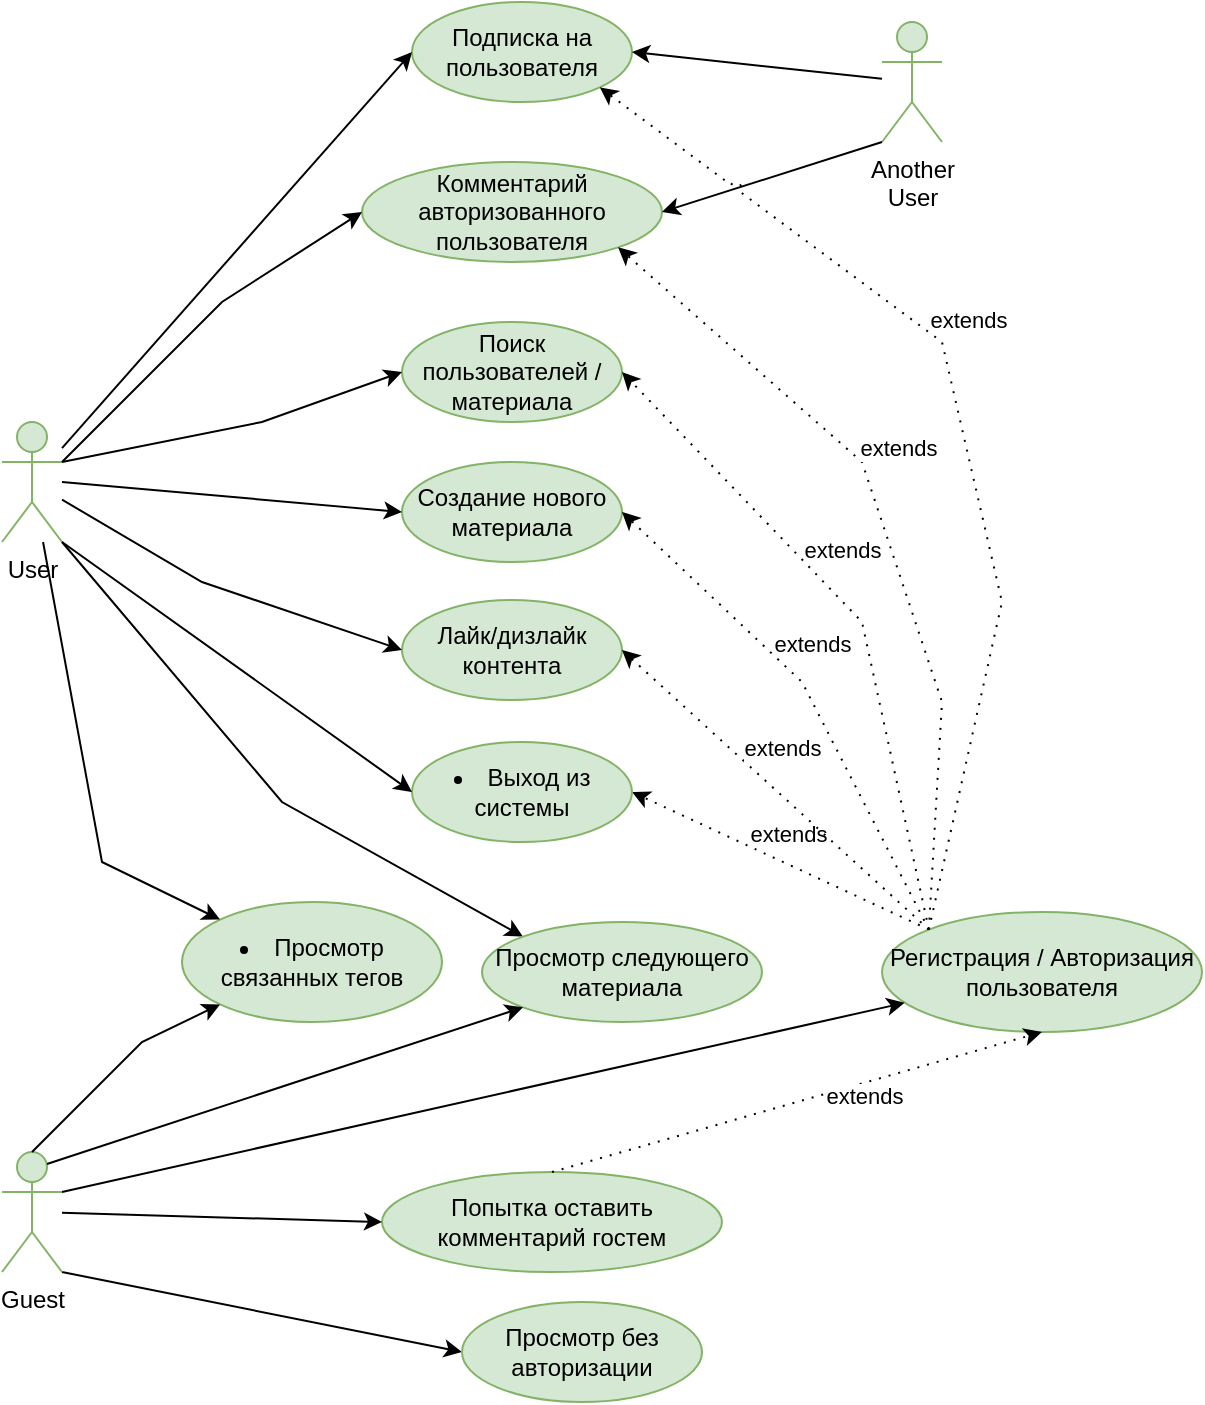
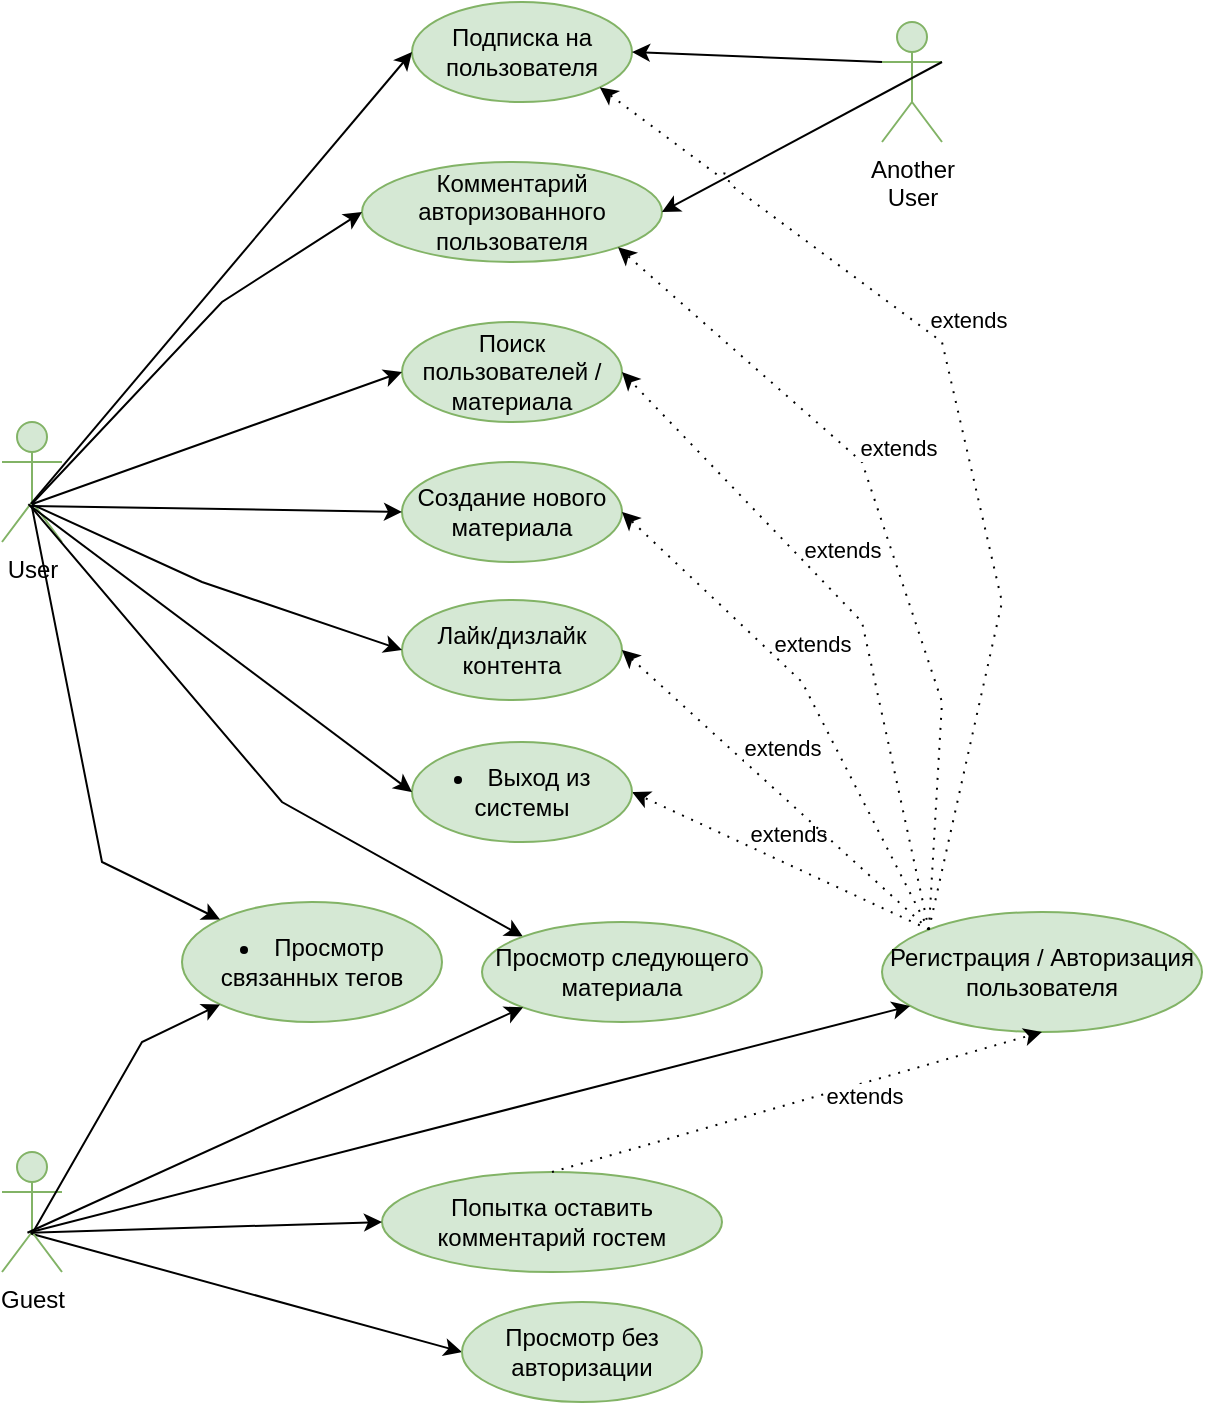
- <mxfile host="app.diagrams.net" agent="Mozilla/5.0 (Windows NT 10.0; Win64; x64) AppleWebKit/537.36 (KHTML, like Gecko) Chrome/146.0.0.0 Safari/537.36" version="29.6.1">
+ <mxfile host="app.diagrams.net" agent="Mozilla/5.0 (Windows NT 10.0; Win64; x64) AppleWebKit/537.36 (KHTML, like Gecko) Chrome/146.0.0.0 Safari/537.36">
  <diagram name="Страница-1" id="sLjGxnxwQ31njyU5t7fX">
-     <mxGraphModel dx="1303" dy="659" grid="1" gridSize="10" guides="1" tooltips="1" connect="1" arrows="1" fold="1" page="1" pageScale="1" pageWidth="827" pageHeight="1169" math="0" shadow="0">
+     <mxGraphModel dx="1084" dy="555" grid="1" gridSize="10" guides="1" tooltips="1" connect="1" arrows="1" fold="1" page="1" pageScale="1" pageWidth="827" pageHeight="1169" math="0" shadow="0">
      <root>
        <mxCell id="0" />
        <mxCell id="1" parent="0" />
        <mxCell id="_Qi1219yS9ZW0ZadWv2R-6" parent="1" style="shape=umlActor;verticalLabelPosition=bottom;verticalAlign=top;html=1;fontFamily=Helvetica;fontSize=12;align=center;strokeColor=#82b366;strokeWidth=1;fillColor=#d5e8d4;" value="User" vertex="1">
          <mxGeometry height="60" width="30" x="580" y="1030" as="geometry" />
        </mxCell>
        <mxCell id="_Qi1219yS9ZW0ZadWv2R-10" edge="1" parent="1" source="_Qi1219yS9ZW0ZadWv2R-46" style="edgeStyle=none;rounded=0;jumpStyle=arc;orthogonalLoop=1;jettySize=auto;html=1;dashed=1;dashPattern=1 4;fontSize=12;fontColor=#000000;exitX=0;exitY=0;exitDx=0;exitDy=0;entryX=1;entryY=0.5;entryDx=0;entryDy=0;" target="_Qi1219yS9ZW0ZadWv2R-99">
          <mxGeometry relative="1" as="geometry">
            <mxPoint x="1061.4942518963035" y="1180.0020802781348" as="sourcePoint" />
            <mxPoint x="970.001383448086" y="1198.6517233103827" as="targetPoint" />
          </mxGeometry>
        </mxCell>
        <mxCell id="_Qi1219yS9ZW0ZadWv2R-11" connectable="0" parent="_Qi1219yS9ZW0ZadWv2R-10" style="edgeLabel;html=1;align=center;verticalAlign=middle;resizable=0;points=[];" value="extends" vertex="1">
          <mxGeometry relative="1" x="0.1968" y="1" as="geometry">
            <mxPoint x="18.81" y="-7.78" as="offset" />
          </mxGeometry>
        </mxCell>
        <mxCell id="_Qi1219yS9ZW0ZadWv2R-46" parent="1" style="ellipse;whiteSpace=wrap;html=1;rounded=1;strokeWidth=1;fontSize=12;fillColor=#d5e8d4;strokeColor=#82b366;" value="Регистрация / Авторизация пользователя" vertex="1">
          <mxGeometry height="60" width="160" x="1020" y="1275" as="geometry" />
        </mxCell>
-         <mxCell id="_Qi1219yS9ZW0ZadWv2R-66" edge="1" parent="1" source="_Qi1219yS9ZW0ZadWv2R-102" style="edgeStyle=none;rounded=0;orthogonalLoop=1;jettySize=auto;html=1;fontSize=12;fontColor=#000000;entryX=0;entryY=0.5;entryDx=0;entryDy=0;exitX=1;exitY=1;exitDx=0;exitDy=0;exitPerimeter=0;" target="_Qi1219yS9ZW0ZadWv2R-85">
+         <mxCell id="_Qi1219yS9ZW0ZadWv2R-66" edge="1" parent="1" source="_Qi1219yS9ZW0ZadWv2R-102" style="edgeStyle=none;rounded=0;orthogonalLoop=1;jettySize=auto;html=1;fontSize=12;fontColor=#000000;entryX=0;entryY=0.5;entryDx=0;entryDy=0;exitX=0.473;exitY=0.679;exitDx=0;exitDy=0;exitPerimeter=0;" target="_Qi1219yS9ZW0ZadWv2R-85">
          <mxGeometry relative="1" as="geometry">
            <mxPoint x="620" y="1429.9952173913043" as="sourcePoint" />
            <mxPoint x="724.8484890593343" y="1468.965913137658" as="targetPoint" />
          </mxGeometry>
        </mxCell>
-         <mxCell id="_Qi1219yS9ZW0ZadWv2R-67" edge="1" parent="1" source="_Qi1219yS9ZW0ZadWv2R-6" style="edgeStyle=none;rounded=0;orthogonalLoop=1;jettySize=auto;html=1;fontSize=12;fontColor=#000000;entryX=0;entryY=0;entryDx=0;entryDy=0;exitX=1;exitY=1;exitDx=0;exitDy=0;exitPerimeter=0;" target="_Qi1219yS9ZW0ZadWv2R-86">
+         <mxCell id="_Qi1219yS9ZW0ZadWv2R-67" edge="1" parent="1" source="_Qi1219yS9ZW0ZadWv2R-6" style="edgeStyle=none;rounded=0;orthogonalLoop=1;jettySize=auto;html=1;fontSize=12;fontColor=#000000;entryX=0;entryY=0;entryDx=0;entryDy=0;exitX=0.463;exitY=0.694;exitDx=0;exitDy=0;exitPerimeter=0;" target="_Qi1219yS9ZW0ZadWv2R-86">
          <mxGeometry relative="1" as="geometry">
            <Array as="points">
              <mxPoint x="720" y="1220" />
            </Array>
            <mxPoint x="610" y="1080" as="sourcePoint" />
            <mxPoint x="770" y="1200" as="targetPoint" />
          </mxGeometry>
        </mxCell>
-         <mxCell id="_Qi1219yS9ZW0ZadWv2R-68" edge="1" parent="1" source="_Qi1219yS9ZW0ZadWv2R-102" style="edgeStyle=none;rounded=0;orthogonalLoop=1;jettySize=auto;html=1;fontSize=12;fontColor=#000000;exitX=1;exitY=0.3333333333333333;exitDx=0;exitDy=0;exitPerimeter=0;" target="_Qi1219yS9ZW0ZadWv2R-46">
+         <mxCell id="_Qi1219yS9ZW0ZadWv2R-68" edge="1" parent="1" source="_Qi1219yS9ZW0ZadWv2R-102" style="edgeStyle=none;rounded=0;orthogonalLoop=1;jettySize=auto;html=1;fontSize=12;fontColor=#000000;exitX=0.485;exitY=0.667;exitDx=0;exitDy=0;exitPerimeter=0;" target="_Qi1219yS9ZW0ZadWv2R-46">
          <mxGeometry relative="1" as="geometry">
            <mxPoint x="620" y="1532.3076923076924" as="sourcePoint" />
          </mxGeometry>
        </mxCell>
        <mxCell id="_Qi1219yS9ZW0ZadWv2R-85" parent="1" style="ellipse;whiteSpace=wrap;html=1;rounded=1;strokeWidth=1;fontSize=12;fillColor=#d5e8d4;strokeColor=#82b366;" value="Просмотр без авторизации" vertex="1">
          <mxGeometry height="50" width="120" x="810" y="1470" as="geometry" />
        </mxCell>
        <mxCell id="_Qi1219yS9ZW0ZadWv2R-86" parent="1" style="ellipse;whiteSpace=wrap;html=1;rounded=1;strokeWidth=1;fontSize=12;fillColor=#d5e8d4;strokeColor=#82b366;" value="Просмотр следующего материала" vertex="1">
          <mxGeometry height="50" width="140" x="820" y="1280" as="geometry" />
        </mxCell>
        <mxCell id="_Qi1219yS9ZW0ZadWv2R-87" parent="1" style="ellipse;whiteSpace=wrap;html=1;rounded=1;strokeWidth=1;fontSize=12;fillColor=#d5e8d4;strokeColor=#82b366;" value="Лайк/дизлайк контента" vertex="1">
          <mxGeometry height="50" width="110" x="780" y="1119" as="geometry" />
        </mxCell>
-         <mxCell id="_Qi1219yS9ZW0ZadWv2R-89" edge="1" parent="1" source="_Qi1219yS9ZW0ZadWv2R-6" style="edgeStyle=none;rounded=0;orthogonalLoop=1;jettySize=auto;html=1;fontSize=12;fontColor=#000000;entryX=0;entryY=0.5;entryDx=0;entryDy=0;" target="_Qi1219yS9ZW0ZadWv2R-87">
+         <mxCell id="_Qi1219yS9ZW0ZadWv2R-89" edge="1" parent="1" source="_Qi1219yS9ZW0ZadWv2R-6" style="edgeStyle=none;rounded=0;orthogonalLoop=1;jettySize=auto;html=1;fontSize=12;fontColor=#000000;entryX=0;entryY=0.5;entryDx=0;entryDy=0;exitX=0.497;exitY=0.686;exitDx=0;exitDy=0;exitPerimeter=0;" target="_Qi1219yS9ZW0ZadWv2R-87">
          <mxGeometry relative="1" as="geometry">
            <Array as="points">
              <mxPoint x="680" y="1110" />
            </Array>
            <mxPoint x="600" y="1100" as="sourcePoint" />
            <mxPoint x="680" y="1229" as="targetPoint" />
          </mxGeometry>
        </mxCell>
        <mxCell id="_Qi1219yS9ZW0ZadWv2R-90" parent="1" style="ellipse;whiteSpace=wrap;html=1;rounded=1;strokeWidth=1;fontSize=12;fillColor=#d5e8d4;strokeColor=#82b366;" value="&lt;li data-section-id=&quot;1mjap5h&quot; data-start=&quot;1347&quot; data-end=&quot;1377&quot;&gt;&lt;span data-start=&quot;1349&quot; data-end=&quot;1377&quot;&gt;Просмотр связанных тегов&lt;/span&gt;&lt;/li&gt;" vertex="1">
          <mxGeometry height="60" width="130" x="670" y="1270" as="geometry" />
        </mxCell>
-         <mxCell id="_Qi1219yS9ZW0ZadWv2R-92" edge="1" parent="1" source="_Qi1219yS9ZW0ZadWv2R-6" style="edgeStyle=none;rounded=0;orthogonalLoop=1;jettySize=auto;html=1;fontSize=12;fontColor=#000000;entryX=0;entryY=0;entryDx=0;entryDy=0;" target="_Qi1219yS9ZW0ZadWv2R-90">
+         <mxCell id="_Qi1219yS9ZW0ZadWv2R-92" edge="1" parent="1" source="_Qi1219yS9ZW0ZadWv2R-6" style="edgeStyle=none;rounded=0;orthogonalLoop=1;jettySize=auto;html=1;fontSize=12;fontColor=#000000;entryX=0;entryY=0;entryDx=0;entryDy=0;exitX=0.497;exitY=0.703;exitDx=0;exitDy=0;exitPerimeter=0;" target="_Qi1219yS9ZW0ZadWv2R-90">
          <mxGeometry relative="1" as="geometry">
            <Array as="points">
              <mxPoint x="630" y="1250" />
            </Array>
            <mxPoint x="710" y="1060" as="sourcePoint" />
            <mxPoint x="810" y="1090" as="targetPoint" />
          </mxGeometry>
        </mxCell>
        <mxCell id="_Qi1219yS9ZW0ZadWv2R-93" parent="1" style="ellipse;whiteSpace=wrap;html=1;rounded=1;strokeWidth=1;fontSize=12;fillColor=#d5e8d4;strokeColor=#82b366;" value="Попытка оставить комментарий гостем" vertex="1">
          <mxGeometry height="50" width="170" x="770" y="1405" as="geometry" />
        </mxCell>
        <mxCell id="_Qi1219yS9ZW0ZadWv2R-96" parent="1" style="ellipse;whiteSpace=wrap;html=1;rounded=1;strokeWidth=1;fontSize=12;fillColor=#d5e8d4;strokeColor=#82b366;" value="Создание нового материала" vertex="1">
          <mxGeometry height="50" width="110" x="780" y="1050" as="geometry" />
        </mxCell>
        <mxCell id="_Qi1219yS9ZW0ZadWv2R-97" parent="1" style="ellipse;whiteSpace=wrap;html=1;rounded=1;strokeWidth=1;fontSize=12;fillColor=#d5e8d4;strokeColor=#82b366;" value="Подписка на пользователя" vertex="1">
          <mxGeometry height="50" width="110" x="785" y="820" as="geometry" />
        </mxCell>
        <mxCell id="_Qi1219yS9ZW0ZadWv2R-98" parent="1" style="ellipse;whiteSpace=wrap;html=1;rounded=1;strokeWidth=1;fontSize=12;fillColor=#d5e8d4;strokeColor=#82b366;" value="Комментарий авторизованного пользователя" vertex="1">
          <mxGeometry height="50" width="150" x="760" y="900" as="geometry" />
        </mxCell>
        <mxCell id="_Qi1219yS9ZW0ZadWv2R-99" parent="1" style="ellipse;whiteSpace=wrap;html=1;rounded=1;strokeWidth=1;fontSize=12;fillColor=#d5e8d4;strokeColor=#82b366;" value="&lt;li data-section-id=&quot;85c4kp&quot; data-start=&quot;1530&quot; data-end=&quot;1552&quot;&gt;&lt;span data-start=&quot;1532&quot; data-end=&quot;1552&quot;&gt;Выход из системы&lt;/span&gt;&lt;/li&gt;" vertex="1">
          <mxGeometry height="50" width="110" x="785" y="1190" as="geometry" />
        </mxCell>
        <mxCell id="_Qi1219yS9ZW0ZadWv2R-100" parent="1" style="ellipse;whiteSpace=wrap;html=1;rounded=1;strokeWidth=1;fontSize=12;fillColor=#d5e8d4;strokeColor=#82b366;" value="Поиск пользователей / материала" vertex="1">
          <mxGeometry height="50" width="110" x="780" y="980" as="geometry" />
        </mxCell>
        <mxCell id="_Qi1219yS9ZW0ZadWv2R-102" parent="1" style="shape=umlActor;verticalLabelPosition=bottom;verticalAlign=top;html=1;fontFamily=Helvetica;fontSize=12;align=center;strokeColor=#82b366;strokeWidth=1;fillColor=#d5e8d4;" value="Guest" vertex="1">
          <mxGeometry height="60" width="30" x="580" y="1395" as="geometry" />
        </mxCell>
-         <mxCell id="_Qi1219yS9ZW0ZadWv2R-103" edge="1" parent="1" source="_Qi1219yS9ZW0ZadWv2R-102" style="edgeStyle=none;rounded=0;orthogonalLoop=1;jettySize=auto;html=1;fontSize=12;fontColor=#000000;entryX=0;entryY=1;entryDx=0;entryDy=0;exitX=0.5;exitY=0;exitDx=0;exitDy=0;exitPerimeter=0;" target="_Qi1219yS9ZW0ZadWv2R-90">
+         <mxCell id="_Qi1219yS9ZW0ZadWv2R-103" edge="1" parent="1" source="_Qi1219yS9ZW0ZadWv2R-102" style="edgeStyle=none;rounded=0;orthogonalLoop=1;jettySize=auto;html=1;fontSize=12;fontColor=#000000;entryX=0;entryY=1;entryDx=0;entryDy=0;exitX=0.497;exitY=0.685;exitDx=0;exitDy=0;exitPerimeter=0;" target="_Qi1219yS9ZW0ZadWv2R-90">
          <mxGeometry relative="1" as="geometry">
            <Array as="points">
              <mxPoint x="650" y="1340" />
            </Array>
            <mxPoint x="660" y="1260" as="sourcePoint" />
            <mxPoint x="799" y="1460" as="targetPoint" />
          </mxGeometry>
        </mxCell>
-         <mxCell id="_Qi1219yS9ZW0ZadWv2R-104" edge="1" parent="1" source="_Qi1219yS9ZW0ZadWv2R-102" style="edgeStyle=none;rounded=0;orthogonalLoop=1;jettySize=auto;html=1;fontSize=12;fontColor=#000000;entryX=0;entryY=1;entryDx=0;entryDy=0;exitX=0.75;exitY=0.1;exitDx=0;exitDy=0;exitPerimeter=0;" target="_Qi1219yS9ZW0ZadWv2R-86">
+         <mxCell id="_Qi1219yS9ZW0ZadWv2R-104" edge="1" parent="1" source="_Qi1219yS9ZW0ZadWv2R-102" style="edgeStyle=none;rounded=0;orthogonalLoop=1;jettySize=auto;html=1;fontSize=12;fontColor=#000000;entryX=0;entryY=1;entryDx=0;entryDy=0;exitX=0.424;exitY=0.673;exitDx=0;exitDy=0;exitPerimeter=0;" target="_Qi1219yS9ZW0ZadWv2R-86">
          <mxGeometry relative="1" as="geometry">
            <Array as="points" />
            <mxPoint x="660" y="1419" as="sourcePoint" />
            <mxPoint x="794" y="1340" as="targetPoint" />
          </mxGeometry>
        </mxCell>
-         <mxCell id="_Qi1219yS9ZW0ZadWv2R-105" edge="1" parent="1" source="_Qi1219yS9ZW0ZadWv2R-102" style="edgeStyle=none;rounded=0;orthogonalLoop=1;jettySize=auto;html=1;fontSize=12;fontColor=#000000;entryX=0;entryY=0.5;entryDx=0;entryDy=0;" target="_Qi1219yS9ZW0ZadWv2R-93">
+         <mxCell id="_Qi1219yS9ZW0ZadWv2R-105" edge="1" parent="1" source="_Qi1219yS9ZW0ZadWv2R-102" style="edgeStyle=none;rounded=0;orthogonalLoop=1;jettySize=auto;html=1;fontSize=12;fontColor=#000000;entryX=0;entryY=0.5;entryDx=0;entryDy=0;exitX=0.473;exitY=0.673;exitDx=0;exitDy=0;exitPerimeter=0;" target="_Qi1219yS9ZW0ZadWv2R-93">
          <mxGeometry relative="1" as="geometry">
            <mxPoint x="600" y="1440" as="sourcePoint" />
            <mxPoint x="810" y="1575.71" as="targetPoint" />
          </mxGeometry>
        </mxCell>
-         <mxCell id="_Qi1219yS9ZW0ZadWv2R-106" edge="1" parent="1" source="_Qi1219yS9ZW0ZadWv2R-6" style="edgeStyle=none;rounded=0;orthogonalLoop=1;jettySize=auto;html=1;fontSize=12;fontColor=#000000;entryX=0;entryY=0.5;entryDx=0;entryDy=0;exitX=1;exitY=0.3333333333333333;exitDx=0;exitDy=0;exitPerimeter=0;" target="_Qi1219yS9ZW0ZadWv2R-98">
+         <mxCell id="_Qi1219yS9ZW0ZadWv2R-106" edge="1" parent="1" source="_Qi1219yS9ZW0ZadWv2R-6" style="edgeStyle=none;rounded=0;orthogonalLoop=1;jettySize=auto;html=1;fontSize=12;fontColor=#000000;entryX=0;entryY=0.5;entryDx=0;entryDy=0;exitX=0.5;exitY=0.681;exitDx=0;exitDy=0;exitPerimeter=0;" target="_Qi1219yS9ZW0ZadWv2R-98">
          <mxGeometry relative="1" as="geometry">
            <Array as="points">
              <mxPoint x="690" y="970" />
            </Array>
            <mxPoint x="700" y="1191" as="sourcePoint" />
            <mxPoint x="872" y="1000" as="targetPoint" />
          </mxGeometry>
        </mxCell>
-         <mxCell id="_Qi1219yS9ZW0ZadWv2R-107" edge="1" parent="1" source="_Qi1219yS9ZW0ZadWv2R-6" style="edgeStyle=none;rounded=0;orthogonalLoop=1;jettySize=auto;html=1;fontSize=12;fontColor=#000000;entryX=0;entryY=0.5;entryDx=0;entryDy=0;exitX=1;exitY=0.3333333333333333;exitDx=0;exitDy=0;exitPerimeter=0;" target="_Qi1219yS9ZW0ZadWv2R-100">
+         <mxCell id="_Qi1219yS9ZW0ZadWv2R-107" edge="1" parent="1" source="_Qi1219yS9ZW0ZadWv2R-6" style="edgeStyle=none;rounded=0;orthogonalLoop=1;jettySize=auto;html=1;fontSize=12;fontColor=#000000;entryX=0;entryY=0.5;entryDx=0;entryDy=0;exitX=0.519;exitY=0.681;exitDx=0;exitDy=0;exitPerimeter=0;" target="_Qi1219yS9ZW0ZadWv2R-100">
          <mxGeometry relative="1" as="geometry">
            <Array as="points">
              <mxPoint x="710" y="1030" />
            </Array>
            <mxPoint x="700" y="1115" as="sourcePoint" />
            <mxPoint x="850" y="990" as="targetPoint" />
          </mxGeometry>
        </mxCell>
-         <mxCell id="_Qi1219yS9ZW0ZadWv2R-108" edge="1" parent="1" style="edgeStyle=none;rounded=0;orthogonalLoop=1;jettySize=auto;html=1;fontSize=12;fontColor=#000000;entryX=0;entryY=0.5;entryDx=0;entryDy=0;" target="_Qi1219yS9ZW0ZadWv2R-96">
+         <mxCell id="_Qi1219yS9ZW0ZadWv2R-108" edge="1" parent="1" source="_Qi1219yS9ZW0ZadWv2R-6" style="edgeStyle=none;rounded=0;orthogonalLoop=1;jettySize=auto;html=1;fontSize=12;fontColor=#000000;entryX=0;entryY=0.5;entryDx=0;entryDy=0;exitX=0.485;exitY=0.699;exitDx=0;exitDy=0;exitPerimeter=0;" target="_Qi1219yS9ZW0ZadWv2R-96">
          <mxGeometry relative="1" as="geometry">
            <Array as="points" />
            <mxPoint x="610" y="1060" as="sourcePoint" />
            <mxPoint x="910" y="1060" as="targetPoint" />
          </mxGeometry>
        </mxCell>
-         <mxCell id="_Qi1219yS9ZW0ZadWv2R-109" edge="1" parent="1" source="_Qi1219yS9ZW0ZadWv2R-6" style="edgeStyle=none;rounded=0;orthogonalLoop=1;jettySize=auto;html=1;fontSize=12;fontColor=#000000;entryX=0;entryY=0.5;entryDx=0;entryDy=0;" target="_Qi1219yS9ZW0ZadWv2R-97">
+         <mxCell id="_Qi1219yS9ZW0ZadWv2R-109" edge="1" parent="1" source="_Qi1219yS9ZW0ZadWv2R-6" style="edgeStyle=none;rounded=0;orthogonalLoop=1;jettySize=auto;html=1;fontSize=12;fontColor=#000000;entryX=0;entryY=0.5;entryDx=0;entryDy=0;exitX=0.481;exitY=0.682;exitDx=0;exitDy=0;exitPerimeter=0;" target="_Qi1219yS9ZW0ZadWv2R-97">
          <mxGeometry relative="1" as="geometry">
            <Array as="points" />
            <mxPoint x="730" y="1070" as="sourcePoint" />
            <mxPoint x="900" y="1085" as="targetPoint" />
          </mxGeometry>
        </mxCell>
-         <mxCell id="_Qi1219yS9ZW0ZadWv2R-110" edge="1" parent="1" source="_Qi1219yS9ZW0ZadWv2R-6" style="edgeStyle=none;rounded=0;orthogonalLoop=1;jettySize=auto;html=1;fontSize=12;fontColor=#000000;entryX=0;entryY=0.5;entryDx=0;entryDy=0;exitX=1;exitY=1;exitDx=0;exitDy=0;exitPerimeter=0;" target="_Qi1219yS9ZW0ZadWv2R-99">
+         <mxCell id="_Qi1219yS9ZW0ZadWv2R-110" edge="1" parent="1" source="_Qi1219yS9ZW0ZadWv2R-6" style="edgeStyle=none;rounded=0;orthogonalLoop=1;jettySize=auto;html=1;fontSize=12;fontColor=#000000;entryX=0;entryY=0.5;entryDx=0;entryDy=0;exitX=0.438;exitY=0.686;exitDx=0;exitDy=0;exitPerimeter=0;" target="_Qi1219yS9ZW0ZadWv2R-99">
          <mxGeometry relative="1" as="geometry">
            <Array as="points" />
            <mxPoint x="720" y="1110" as="sourcePoint" />
            <mxPoint x="890" y="1188" as="targetPoint" />
          </mxGeometry>
        </mxCell>
        <mxCell id="_Qi1219yS9ZW0ZadWv2R-111" parent="1" style="shape=umlActor;verticalLabelPosition=bottom;verticalAlign=top;html=1;fontFamily=Helvetica;fontSize=12;align=center;strokeColor=#82b366;strokeWidth=1;fillColor=#d5e8d4;" value="Another&lt;div&gt;User&lt;/div&gt;" vertex="1">
          <mxGeometry height="60" width="30" x="1020" y="830" as="geometry" />
        </mxCell>
-         <mxCell id="_Qi1219yS9ZW0ZadWv2R-113" edge="1" parent="1" source="_Qi1219yS9ZW0ZadWv2R-111" style="edgeStyle=none;rounded=0;orthogonalLoop=1;jettySize=auto;html=1;fontSize=12;fontColor=#000000;entryX=1;entryY=0.5;entryDx=0;entryDy=0;exitX=0;exitY=1;exitDx=0;exitDy=0;exitPerimeter=0;" target="_Qi1219yS9ZW0ZadWv2R-98">
+         <mxCell id="_Qi1219yS9ZW0ZadWv2R-113" edge="1" parent="1" source="_Qi1219yS9ZW0ZadWv2R-111" style="edgeStyle=none;rounded=0;orthogonalLoop=1;jettySize=auto;html=1;fontSize=12;fontColor=#000000;entryX=1;entryY=0.5;entryDx=0;entryDy=0;exitX=1;exitY=0.3333333333333333;exitDx=0;exitDy=0;exitPerimeter=0;" target="_Qi1219yS9ZW0ZadWv2R-98">
          <mxGeometry relative="1" as="geometry">
            <Array as="points" />
            <mxPoint x="990" y="1145" as="sourcePoint" />
            <mxPoint x="1140" y="1020" as="targetPoint" />
          </mxGeometry>
        </mxCell>
-         <mxCell id="_Qi1219yS9ZW0ZadWv2R-116" edge="1" parent="1" source="_Qi1219yS9ZW0ZadWv2R-111" style="edgeStyle=none;rounded=0;orthogonalLoop=1;jettySize=auto;html=1;fontSize=12;fontColor=#000000;entryX=1;entryY=0.5;entryDx=0;entryDy=0;" target="_Qi1219yS9ZW0ZadWv2R-97">
+         <mxCell id="_Qi1219yS9ZW0ZadWv2R-116" edge="1" parent="1" source="_Qi1219yS9ZW0ZadWv2R-111" style="edgeStyle=none;rounded=0;orthogonalLoop=1;jettySize=auto;html=1;fontSize=12;fontColor=#000000;entryX=1;entryY=0.5;entryDx=0;entryDy=0;exitX=0;exitY=0.3333333333333333;exitDx=0;exitDy=0;exitPerimeter=0;" target="_Qi1219yS9ZW0ZadWv2R-97">
          <mxGeometry relative="1" as="geometry">
            <Array as="points" />
            <mxPoint x="1130" y="1115" as="sourcePoint" />
            <mxPoint x="980" y="990" as="targetPoint" />
          </mxGeometry>
        </mxCell>
        <mxCell id="_Qi1219yS9ZW0ZadWv2R-117" edge="1" parent="1" source="_Qi1219yS9ZW0ZadWv2R-93" style="edgeStyle=none;rounded=0;jumpStyle=arc;orthogonalLoop=1;jettySize=auto;html=1;dashed=1;dashPattern=1 4;fontSize=12;fontColor=#000000;exitX=0.5;exitY=0;exitDx=0;exitDy=0;entryX=0.5;entryY=1;entryDx=0;entryDy=0;" target="_Qi1219yS9ZW0ZadWv2R-46">
          <mxGeometry relative="1" as="geometry">
            <mxPoint x="911.4928684482175" y="1530" as="sourcePoint" />
            <mxPoint x="820" y="1548.649643032248" as="targetPoint" />
          </mxGeometry>
        </mxCell>
        <mxCell id="_Qi1219yS9ZW0ZadWv2R-118" connectable="0" parent="_Qi1219yS9ZW0ZadWv2R-117" style="edgeLabel;html=1;align=center;verticalAlign=middle;resizable=0;points=[];" value="extends" vertex="1">
          <mxGeometry relative="1" x="0.1968" y="1" as="geometry">
            <mxPoint x="9" y="5" as="offset" />
          </mxGeometry>
        </mxCell>
        <mxCell id="_Qi1219yS9ZW0ZadWv2R-121" edge="1" parent="1" source="_Qi1219yS9ZW0ZadWv2R-46" style="edgeStyle=none;rounded=0;jumpStyle=arc;orthogonalLoop=1;jettySize=auto;html=1;dashed=1;dashPattern=1 4;fontSize=12;fontColor=#000000;exitX=0;exitY=0;exitDx=0;exitDy=0;entryX=1;entryY=0.5;entryDx=0;entryDy=0;" target="_Qi1219yS9ZW0ZadWv2R-87">
          <mxGeometry relative="1" as="geometry">
            <mxPoint x="1112.998616551914" y="1215.3482766896173" as="sourcePoint" />
            <mxPoint x="1040" y="1130" as="targetPoint" />
          </mxGeometry>
        </mxCell>
        <mxCell id="_Qi1219yS9ZW0ZadWv2R-122" connectable="0" parent="_Qi1219yS9ZW0ZadWv2R-121" style="edgeLabel;html=1;align=center;verticalAlign=middle;resizable=0;points=[];" value="extends" vertex="1">
          <mxGeometry relative="1" x="0.1968" y="1" as="geometry">
            <mxPoint x="18.81" y="-7.78" as="offset" />
          </mxGeometry>
        </mxCell>
        <mxCell id="_Qi1219yS9ZW0ZadWv2R-125" edge="1" parent="1" source="_Qi1219yS9ZW0ZadWv2R-46" style="edgeStyle=none;rounded=0;jumpStyle=arc;orthogonalLoop=1;jettySize=auto;html=1;dashed=1;dashPattern=1 4;fontSize=12;fontColor=#000000;exitX=0;exitY=0;exitDx=0;exitDy=0;entryX=1;entryY=0.5;entryDx=0;entryDy=0;" target="_Qi1219yS9ZW0ZadWv2R-96">
          <mxGeometry relative="1" as="geometry">
            <Array as="points">
              <mxPoint x="980" y="1160" />
            </Array>
            <mxPoint x="1083" y="1234" as="sourcePoint" />
            <mxPoint x="1080" y="1080" as="targetPoint" />
          </mxGeometry>
        </mxCell>
        <mxCell id="_Qi1219yS9ZW0ZadWv2R-126" connectable="0" parent="_Qi1219yS9ZW0ZadWv2R-125" style="edgeLabel;html=1;align=center;verticalAlign=middle;resizable=0;points=[];" value="extends" vertex="1">
          <mxGeometry relative="1" x="0.1968" y="1" as="geometry">
            <mxPoint x="18.81" y="-7.78" as="offset" />
          </mxGeometry>
        </mxCell>
        <mxCell id="_Qi1219yS9ZW0ZadWv2R-127" edge="1" parent="1" source="_Qi1219yS9ZW0ZadWv2R-46" style="edgeStyle=none;rounded=0;jumpStyle=arc;orthogonalLoop=1;jettySize=auto;html=1;dashed=1;dashPattern=1 4;fontSize=12;fontColor=#000000;exitX=0;exitY=0;exitDx=0;exitDy=0;entryX=1;entryY=0.5;entryDx=0;entryDy=0;" target="_Qi1219yS9ZW0ZadWv2R-100">
          <mxGeometry relative="1" as="geometry">
            <Array as="points">
              <mxPoint x="1010" y="1130" />
            </Array>
            <mxPoint x="1081.5" y="1275" as="sourcePoint" />
            <mxPoint x="1118.5" y="1071" as="targetPoint" />
          </mxGeometry>
        </mxCell>
        <mxCell id="_Qi1219yS9ZW0ZadWv2R-128" connectable="0" parent="_Qi1219yS9ZW0ZadWv2R-127" style="edgeLabel;html=1;align=center;verticalAlign=middle;resizable=0;points=[];" value="extends" vertex="1">
          <mxGeometry relative="1" x="0.1968" y="1" as="geometry">
            <mxPoint x="18.81" y="-7.78" as="offset" />
          </mxGeometry>
        </mxCell>
        <mxCell id="_Qi1219yS9ZW0ZadWv2R-130" edge="1" parent="1" source="_Qi1219yS9ZW0ZadWv2R-46" style="edgeStyle=none;rounded=0;jumpStyle=arc;orthogonalLoop=1;jettySize=auto;html=1;dashed=1;dashPattern=1 4;fontSize=12;fontColor=#000000;exitX=0;exitY=0;exitDx=0;exitDy=0;entryX=1;entryY=1;entryDx=0;entryDy=0;" target="_Qi1219yS9ZW0ZadWv2R-98">
          <mxGeometry relative="1" as="geometry">
            <Array as="points">
              <mxPoint x="1050" y="1170" />
              <mxPoint x="1010" y="1050" />
            </Array>
            <mxPoint x="1103" y="1169" as="sourcePoint" />
            <mxPoint x="950" y="890" as="targetPoint" />
          </mxGeometry>
        </mxCell>
        <mxCell id="_Qi1219yS9ZW0ZadWv2R-131" connectable="0" parent="_Qi1219yS9ZW0ZadWv2R-130" style="edgeLabel;html=1;align=center;verticalAlign=middle;resizable=0;points=[];" value="extends" vertex="1">
          <mxGeometry relative="1" x="0.1968" y="1" as="geometry">
            <mxPoint x="18.81" y="-7.78" as="offset" />
          </mxGeometry>
        </mxCell>
        <mxCell id="_Qi1219yS9ZW0ZadWv2R-132" edge="1" parent="1" source="_Qi1219yS9ZW0ZadWv2R-46" style="edgeStyle=none;rounded=0;jumpStyle=arc;orthogonalLoop=1;jettySize=auto;html=1;dashed=1;dashPattern=1 4;fontSize=12;fontColor=#000000;entryX=1;entryY=1;entryDx=0;entryDy=0;exitX=0;exitY=0;exitDx=0;exitDy=0;" target="_Qi1219yS9ZW0ZadWv2R-97">
          <mxGeometry relative="1" as="geometry">
            <Array as="points">
              <mxPoint x="1080" y="1120" />
              <mxPoint x="1050" y="990" />
            </Array>
            <mxPoint x="1050" y="1280" as="sourcePoint" />
            <mxPoint x="1018" y="880" as="targetPoint" />
          </mxGeometry>
        </mxCell>
        <mxCell id="_Qi1219yS9ZW0ZadWv2R-133" connectable="0" parent="_Qi1219yS9ZW0ZadWv2R-132" style="edgeLabel;html=1;align=center;verticalAlign=middle;resizable=0;points=[];" value="extends" vertex="1">
          <mxGeometry relative="1" x="0.1968" y="1" as="geometry">
            <mxPoint x="18.81" y="-7.78" as="offset" />
          </mxGeometry>
        </mxCell>
      </root>
    </mxGraphModel>
  </diagram>
</mxfile>
